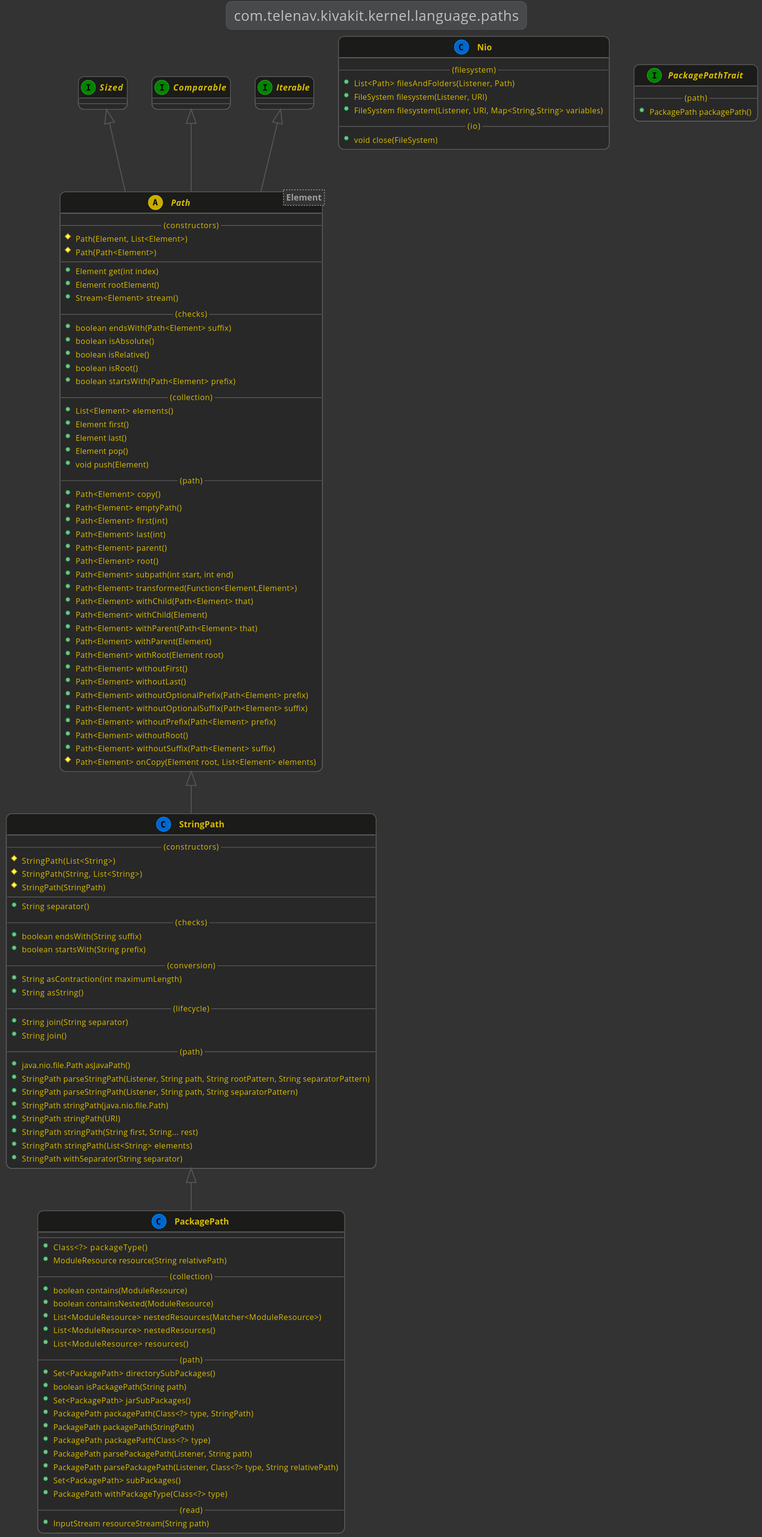
Above: docs/1.3.1-SNAPSHOT/lexakai/kivakit/kivakit-kernel/documentation/diagrams/com.telenav.kivakit.kernel.language.paths.svg in Telenav/kivakit-assets (PlantUML), before the change. Its diagram source:
```plantuml
@startuml

    !include lexakai.theme

    title "com.telenav.kivakit.kernel.language.paths"

    interface Sized
    interface Comparable
    interface Iterable

    class Nio
    {
        --(filesystem)--
        +List<Path> filesAndFolders(Listener, Path)
        +FileSystem filesystem(Listener, URI)
        +FileSystem filesystem(Listener, URI, Map<String,String> variables)
        --(io)--
        +void close(FileSystem)
    }

    StringPath <|-- PackagePath
    class PackagePath
    {
        --
        +Class<?> packageType()
        +ModuleResource resource(String relativePath)
        --(collection)--
        +boolean contains(ModuleResource)
        +boolean containsNested(ModuleResource)
        +List<ModuleResource> nestedResources(Matcher<ModuleResource>)
        +List<ModuleResource> nestedResources()
        +List<ModuleResource> resources()
        --(path)--
        +Set<PackagePath> directorySubPackages()
        +boolean isPackagePath(String path)
        +Set<PackagePath> jarSubPackages()
        +PackagePath packagePath(Class<?> type, StringPath)
        +PackagePath packagePath(StringPath)
        +PackagePath packagePath(Class<?> type)
        +PackagePath parsePackagePath(Listener, String path)
        +PackagePath parsePackagePath(Listener, Class<?> type, String relativePath)
        +Set<PackagePath> subPackages()
        +PackagePath withPackageType(Class<?> type)
        --(read)--
        +InputStream resourceStream(String path)
    }

    interface PackagePathTrait
    {
        --(path)--
        +PackagePath packagePath()
    }

    Iterable <|-- Path
    Comparable <|-- Path
    Sized <|-- Path
    abstract class Path<Element>
    {
        --(constructors)--
        #Path(Element, List<Element>)
        #Path(Path<Element>)
        --
        +Element get(int index)
        +Element rootElement()
        +Stream<Element> stream()
        --(checks)--
        +boolean endsWith(Path<Element> suffix)
        +boolean isAbsolute()
        +boolean isRelative()
        +boolean isRoot()
        +boolean startsWith(Path<Element> prefix)
        --(collection)--
        +List<Element> elements()
        +Element first()
        +Element last()
        +Element pop()
        +void push(Element)
        --(path)--
        +Path<Element> copy()
        +Path<Element> emptyPath()
        +Path<Element> first(int)
        +Path<Element> last(int)
        +Path<Element> parent()
        +Path<Element> root()
        +Path<Element> subpath(int start, int end)
        +Path<Element> transformed(Function<Element,Element>)
        +Path<Element> withChild(Path<Element> that)
        +Path<Element> withChild(Element)
        +Path<Element> withParent(Path<Element> that)
        +Path<Element> withParent(Element)
        +Path<Element> withRoot(Element root)
        +Path<Element> withoutFirst()
        +Path<Element> withoutLast()
        +Path<Element> withoutOptionalPrefix(Path<Element> prefix)
        +Path<Element> withoutOptionalSuffix(Path<Element> suffix)
        +Path<Element> withoutPrefix(Path<Element> prefix)
        +Path<Element> withoutRoot()
        +Path<Element> withoutSuffix(Path<Element> suffix)
        #Path<Element> onCopy(Element root, List<Element> elements)
    }

    Path <|-- StringPath
    class StringPath
    {
        --(constructors)--
        #StringPath(List<String>)
        #StringPath(String, List<String>)
        #StringPath(StringPath)
        --
        +String separator()
        --(checks)--
        +boolean endsWith(String suffix)
        +boolean startsWith(String prefix)
        --(conversion)--
        +String asContraction(int maximumLength)
        +String asString()
        --(lifecycle)--
        +String join(String separator)
        +String join()
        --(path)--
        +java.nio.file.Path asJavaPath()
        +StringPath parseStringPath(Listener, String path, String rootPattern, String separatorPattern)
        +StringPath parseStringPath(Listener, String path, String separatorPattern)
        +StringPath stringPath(java.nio.file.Path)
        +StringPath stringPath(URI)
        +StringPath stringPath(String first, String... rest)
        +StringPath stringPath(List<String> elements)
        +StringPath withSeparator(String separator)
    }

@enduml
```
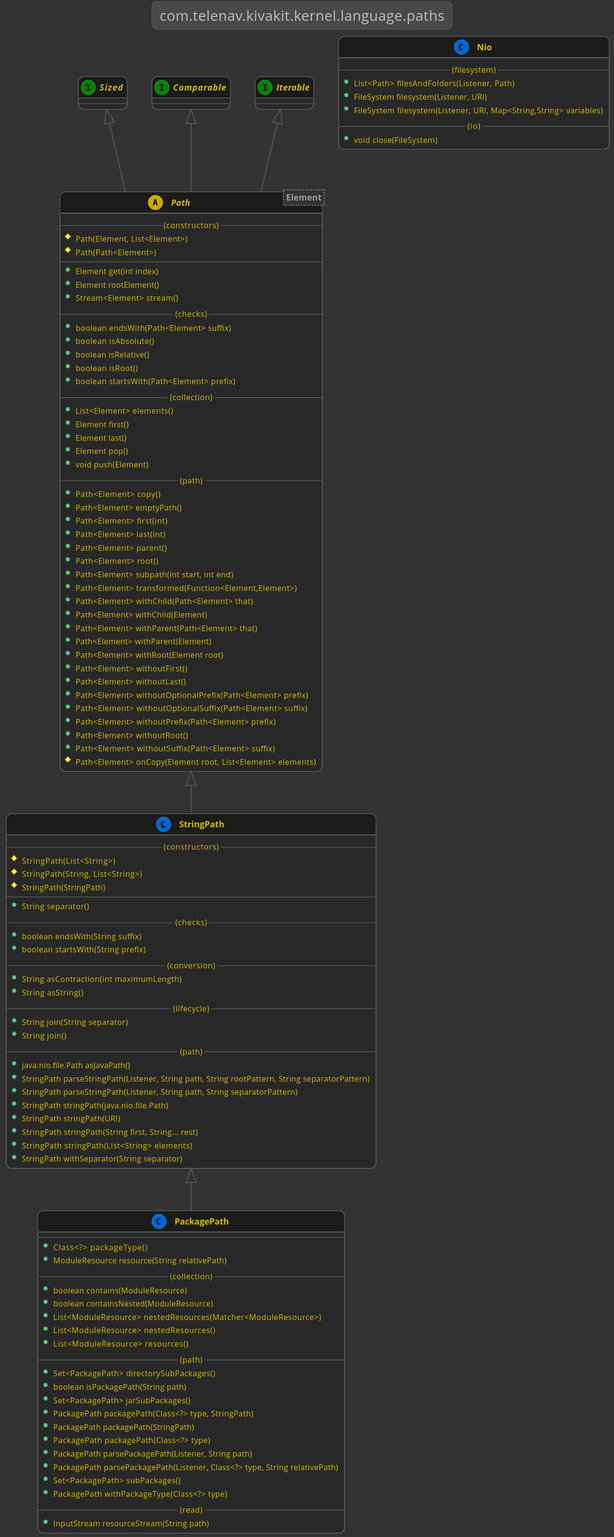
The same file after the commit.

Change to the diagram source:
```diff
@@ -43,12 +43,6 @@
         +PackagePath withPackageType(Class<?> type)
         --(read)--
         +InputStream resourceStream(String path)
-    }
-
-    interface PackagePathTrait
-    {
-        --(path)--
-        +PackagePath packagePath()
     }
 
     Iterable <|-- Path
```
